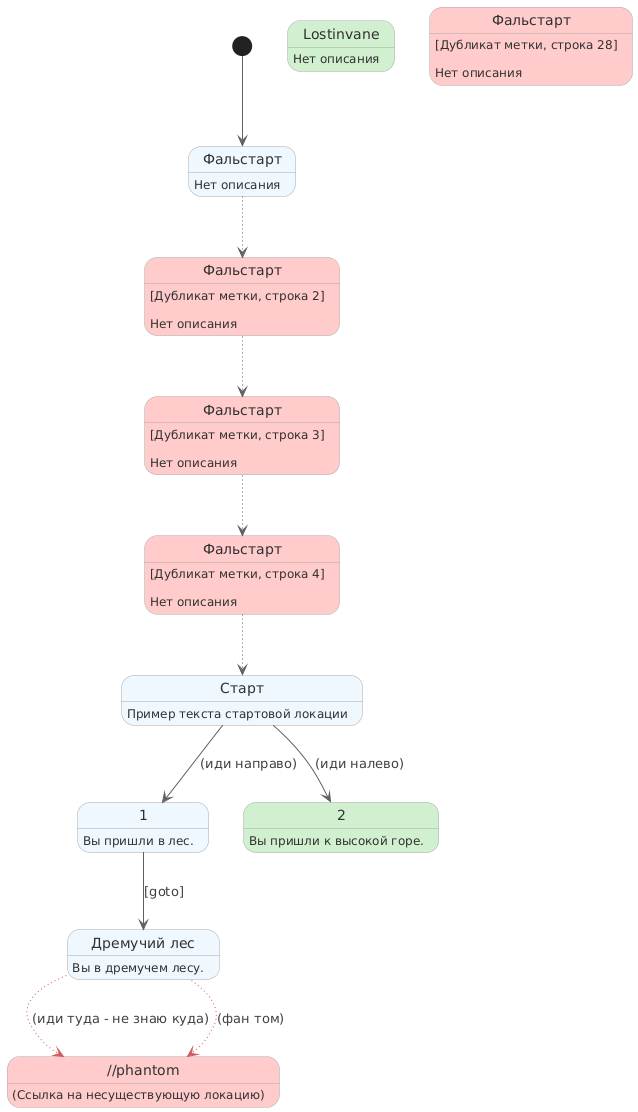
teenbull/urq2puml keeps this PlantUML diagram as tests/test.png. Above is the earlier version. The source it was exported from:
```plantuml
@startuml
state "//phantom" as PHANTOM_NODE_URQ #ffcccb {
  PHANTOM_NODE_URQ: (Ссылка на несуществующую локацию)
}
skinparam stateArrowColor #606060
skinparam state {
    BackgroundColor #F0F8FF
    BorderColor #A9A9A9
    FontColor #303030
    ArrowFontColor #404040
}
state "Фальстарт" as 0
0: Нет описания
state "Старт" as 4
4: Пример текста стартовой локации
state "Дремучий лес" as 5
5: Вы в дремучем лесу.
state "1" as 6
6: Вы пришли в лес.
state "2" as 7 #d0f0d0
7: Вы пришли к высокой горе.
state "Lostinvane" as 9 #d0f0d0
9: Нет описания
state "Фальстарт" as 1 #ffcccb
1: [Дубликат метки, строка 2]\n\nНет описания
state "Фальстарт" as 2 #ffcccb
2: [Дубликат метки, строка 3]\n\nНет описания
state "Фальстарт" as 3 #ffcccb
3: [Дубликат метки, строка 4]\n\nНет описания
state "Фальстарт" as 8 #ffcccb
8: [Дубликат метки, строка 28]\n\nНет описания
[*] --> 0
4 --> 6 : (иди направо)
4 --> 7 : (иди налево)
5 -[#CD5C5C,dotted]-> PHANTOM_NODE_URQ : (иди туда - не знаю куда)
0 -[dotted]-> 1
1 -[dotted]-> 2
2 -[dotted]-> 3
3 -[dotted]-> 4
5 -[#CD5C5C,dotted]-> PHANTOM_NODE_URQ : (фан том)
6 --> 5 : [goto]
@enduml
```
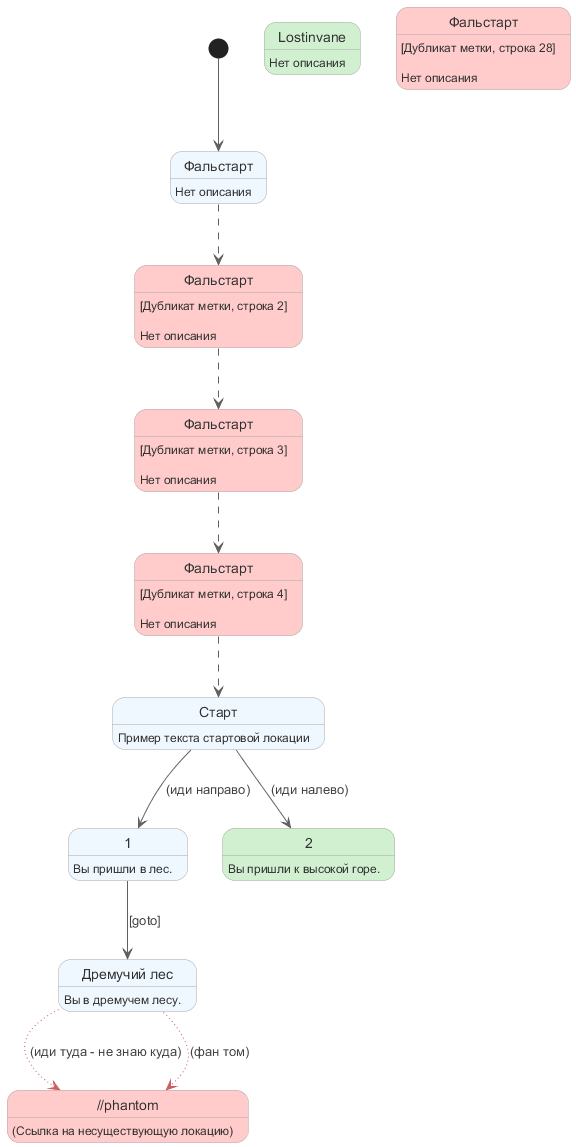
The same diagram one commit later.

The edit, as a diff of the source:
```diff
@@ -30,13 +30,13 @@
 state "Фальстарт" as 8 #ffcccb
 8: [Дубликат метки, строка 28]\n\nНет описания
 [*] --> 0
+0 -[dashed]-> 1
+1 -[dashed]-> 2
+2 -[dashed]-> 3
+3 -[dashed]-> 4
 4 --> 6 : (иди направо)
 4 --> 7 : (иди налево)
 5 -[#CD5C5C,dotted]-> PHANTOM_NODE_URQ : (иди туда - не знаю куда)
-0 -[dotted]-> 1
-1 -[dotted]-> 2
-2 -[dotted]-> 3
-3 -[dotted]-> 4
 5 -[#CD5C5C,dotted]-> PHANTOM_NODE_URQ : (фан том)
 6 --> 5 : [goto]
 @enduml
```
